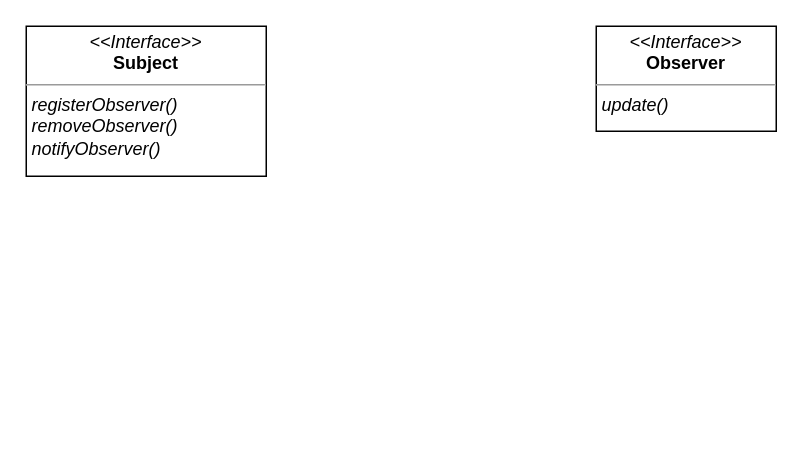
Before: 02.Observer/Untitled Diagram.drawio in StanlyShauro/head-first-2020-ruby-design-patterns, a draw.io diagram. Source tidied: cells renumbered, new cells numbered last; positions are measured from the earlier drawing's top-left corner, leaving out a move shared by most shapes. Both pictures are drawn from the tidied source at 150%, with x=0, y=0 at pixel (26, 26).
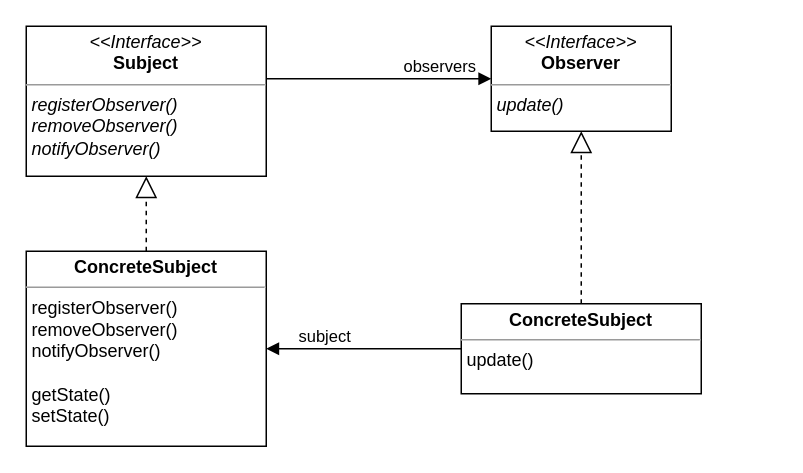
The same diagram, later.

Change to the diagram source:
```diff
@@
 <mxGraphModel>
   <root>
     <mxCell id="0" />
     <mxCell id="1" parent="0" />
     <mxCell id="2" value="&lt;p style=&quot;margin:0px;margin-top:4px;text-align:center;&quot;&gt;&lt;i&gt;&amp;lt;&amp;lt;Interface&amp;gt;&amp;gt;&lt;/i&gt;&lt;br&gt;&lt;b&gt;Observer&lt;/b&gt;&lt;/p&gt;&lt;hr size=&quot;1&quot;&gt;&lt;p style=&quot;margin:0px;margin-left:4px;&quot;&gt;&lt;/p&gt;&lt;p style=&quot;margin:0px;margin-left:4px;&quot;&gt;&lt;i&gt;update()&lt;/i&gt;&lt;/p&gt;" style="verticalAlign=top;align=left;overflow=fill;fontSize=12;fontFamily=Helvetica;html=1;whiteSpace=wrap;" parent="1" vertex="1">
-      <mxGeometry x="380" width="120" height="70" as="geometry" />
+      <mxGeometry x="310" width="120" height="70" as="geometry" />
     </mxCell>
     <mxCell id="3" value="&lt;p style=&quot;margin:0px;margin-top:4px;text-align:center;&quot;&gt;&lt;i&gt;&amp;lt;&amp;lt;Interface&amp;gt;&amp;gt;&lt;/i&gt;&lt;br&gt;&lt;b&gt;Subject&lt;/b&gt;&lt;/p&gt;&lt;hr size=&quot;1&quot;&gt;&lt;p style=&quot;margin:0px;margin-left:4px;&quot;&gt;&lt;/p&gt;&lt;p style=&quot;margin:0px;margin-left:4px;&quot;&gt;&lt;span style=&quot;background-color: initial;&quot;&gt;&lt;i&gt;registerObserver()&lt;/i&gt;&lt;/span&gt;&lt;/p&gt;&lt;p style=&quot;margin:0px;margin-left:4px;&quot;&gt;&lt;i&gt;&lt;span style=&quot;background-color: initial;&quot;&gt;r&lt;/span&gt;&lt;span style=&quot;background-color: initial;&quot;&gt;emoveObserver()&lt;/span&gt;&lt;/i&gt;&lt;/p&gt;&lt;p style=&quot;margin:0px;margin-left:4px;&quot;&gt;&lt;span style=&quot;border-color: var(--border-color); background-color: initial;&quot;&gt;&lt;i&gt;notifyObserver()&lt;/i&gt;&lt;/span&gt;&lt;br&gt;&lt;/p&gt;&lt;p style=&quot;margin:0px;margin-left:4px;&quot;&gt;&lt;br&gt;&lt;/p&gt;&lt;p style=&quot;margin:0px;margin-left:4px;&quot;&gt;&lt;br&gt;&lt;/p&gt;" style="verticalAlign=top;align=left;overflow=fill;fontSize=12;fontFamily=Helvetica;html=1;whiteSpace=wrap;" parent="1" vertex="1">
       <mxGeometry width="160" height="100" as="geometry" />
     </mxCell>
+    <mxCell id="4" value="&lt;p style=&quot;margin:0px;margin-top:4px;text-align:center;&quot;&gt;&lt;b&gt;ConcreteSubject&lt;/b&gt;&lt;br&gt;&lt;/p&gt;&lt;hr size=&quot;1&quot;&gt;&lt;p style=&quot;border-color: var(--border-color); margin: 0px 0px 0px 4px;&quot;&gt;&lt;span style=&quot;border-color: var(--border-color);&quot;&gt;registerObserver()&lt;/span&gt;&lt;/p&gt;&lt;p style=&quot;border-color: var(--border-color); margin: 0px 0px 0px 4px;&quot;&gt;&lt;span style=&quot;border-color: var(--border-color);&quot;&gt;&lt;span style=&quot;border-color: var(--border-color); background-color: initial;&quot;&gt;r&lt;/span&gt;&lt;span style=&quot;border-color: var(--border-color); background-color: initial;&quot;&gt;emoveObserver()&lt;/span&gt;&lt;/span&gt;&lt;/p&gt;&lt;p style=&quot;border-color: var(--border-color); margin: 0px 0px 0px 4px;&quot;&gt;&lt;span style=&quot;border-color: var(--border-color); background-color: initial;&quot;&gt;&lt;span style=&quot;border-color: var(--border-color);&quot;&gt;notifyObserver()&lt;/span&gt;&lt;/span&gt;&lt;/p&gt;&lt;p style=&quot;border-color: var(--border-color); margin: 0px 0px 0px 4px;&quot;&gt;&lt;span style=&quot;border-color: var(--border-color); background-color: initial;&quot;&gt;&lt;span style=&quot;border-color: var(--border-color);&quot;&gt;&lt;br&gt;&lt;/span&gt;&lt;/span&gt;&lt;/p&gt;&lt;p style=&quot;border-color: var(--border-color); margin: 0px 0px 0px 4px;&quot;&gt;&lt;span style=&quot;border-color: var(--border-color); background-color: initial;&quot;&gt;&lt;span style=&quot;border-color: var(--border-color);&quot;&gt;getState()&lt;/span&gt;&lt;/span&gt;&lt;/p&gt;&lt;p style=&quot;border-color: var(--border-color); margin: 0px 0px 0px 4px;&quot;&gt;&lt;span style=&quot;border-color: var(--border-color); background-color: initial;&quot;&gt;&lt;span style=&quot;border-color: var(--border-color);&quot;&gt;setState()&lt;/span&gt;&lt;/span&gt;&lt;/p&gt;" style="verticalAlign=top;align=left;overflow=fill;fontSize=12;fontFamily=Helvetica;html=1;whiteSpace=wrap;" parent="1" vertex="1">
+      <mxGeometry y="150" width="160" height="130" as="geometry" />
+    </mxCell>
+    <mxCell id="5" style="endArrow=block;dashed=1;endFill=0;endSize=12;html=1;rounded=0;" parent="1" edge="1" source="4" target="3">
+      <mxGeometry relative="1" as="geometry" />
+    </mxCell>
+    <mxCell id="6" style="endArrow=block;endFill=1;html=1;edgeStyle=orthogonalEdgeStyle;align=left;verticalAlign=top;rounded=0;" parent="1" edge="1" source="3" target="2">
+      <mxGeometry x="-0.47" y="5" relative="1" as="geometry">
+        <Array as="points">
+          <mxPoint x="220" y="35" />
+          <mxPoint x="220" y="35" />
+        </Array>
+      </mxGeometry>
+    </mxCell>
+    <mxCell id="7" value="observers" style="edgeLabel;html=1;align=left;verticalAlign=bottom;rotation=0;" parent="6" vertex="1">
+      <mxGeometry x="-1" relative="1" as="geometry">
+        <mxPoint x="90" as="offset" />
+      </mxGeometry>
+    </mxCell>
+    <mxCell id="8" value="&lt;p style=&quot;margin:0px;margin-top:4px;text-align:center;&quot;&gt;&lt;b&gt;ConcreteSubject&lt;/b&gt;&lt;br&gt;&lt;/p&gt;&lt;hr size=&quot;1&quot;&gt;&lt;p style=&quot;border-color: var(--border-color); margin: 0px 0px 0px 4px;&quot;&gt;&lt;span style=&quot;border-color: var(--border-color);&quot;&gt;update()&lt;/span&gt;&lt;br&gt;&lt;/p&gt;" style="verticalAlign=top;align=left;overflow=fill;fontSize=12;fontFamily=Helvetica;html=1;whiteSpace=wrap;" parent="1" vertex="1">
+      <mxGeometry x="290" y="185" width="160" height="60" as="geometry" />
+    </mxCell>
+    <mxCell id="9" style="endArrow=block;dashed=1;endFill=0;endSize=12;html=1;rounded=0;" parent="1" edge="1" source="8" target="2">
+      <mxGeometry relative="1" as="geometry" />
+    </mxCell>
+    <mxCell id="10" style="endArrow=block;endFill=1;html=1;edgeStyle=orthogonalEdgeStyle;align=left;verticalAlign=top;rounded=0;" parent="1" edge="1" source="8" target="4">
+      <mxGeometry x="-1" relative="1" as="geometry" />
+    </mxCell>
+    <mxCell id="11" value="subject" style="edgeLabel;html=1;align=left;verticalAlign=bottom;" parent="10" vertex="1">
+      <mxGeometry x="-1" relative="1" as="geometry">
+        <mxPoint x="-110" as="offset" />
+      </mxGeometry>
+    </mxCell>
   </root>
 </mxGraphModel>
```
